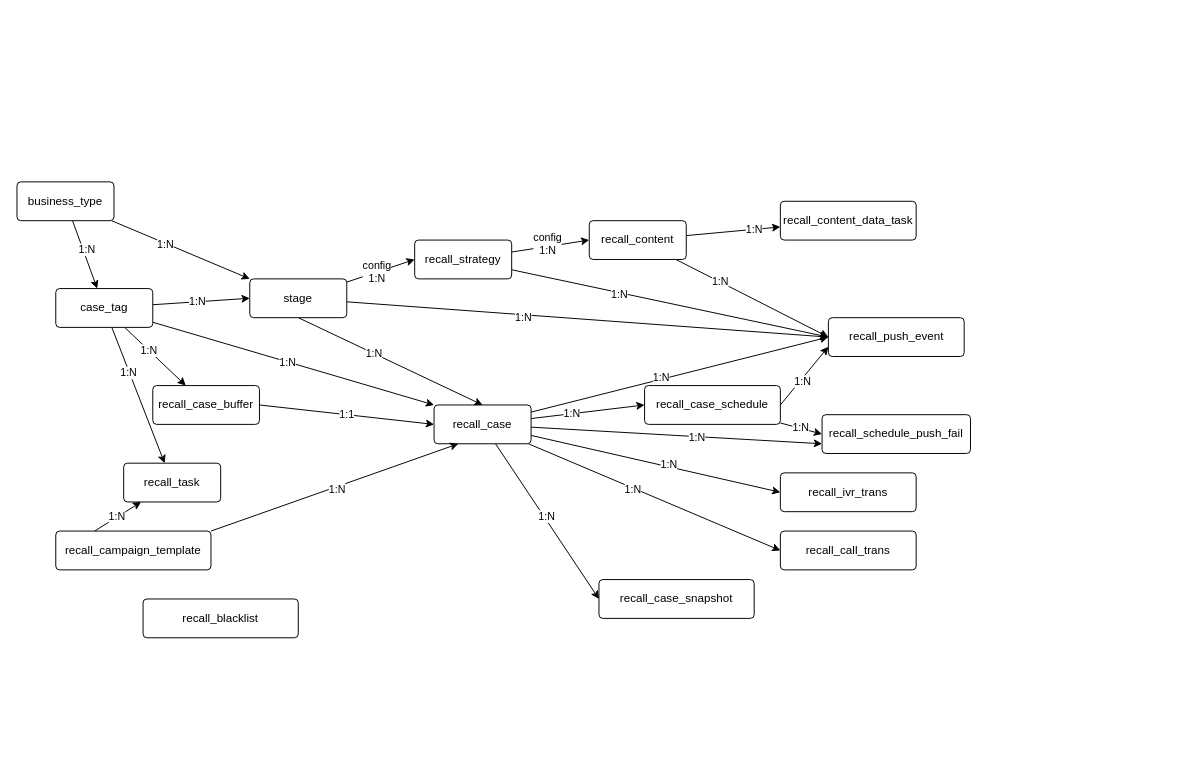
ABIN-DS/flowchart keeps this draw.io diagram as 召回系统-数据架构.drawio. Above is the earlier version. Source tidied: cells renumbered, new cells numbered last; positions are measured from the earlier drawing's top-left corner, leaving out a move shared by most shapes. Both pictures are drawn from the tidied source at 97%, with x=0, y=0 at pixel (16, 181).
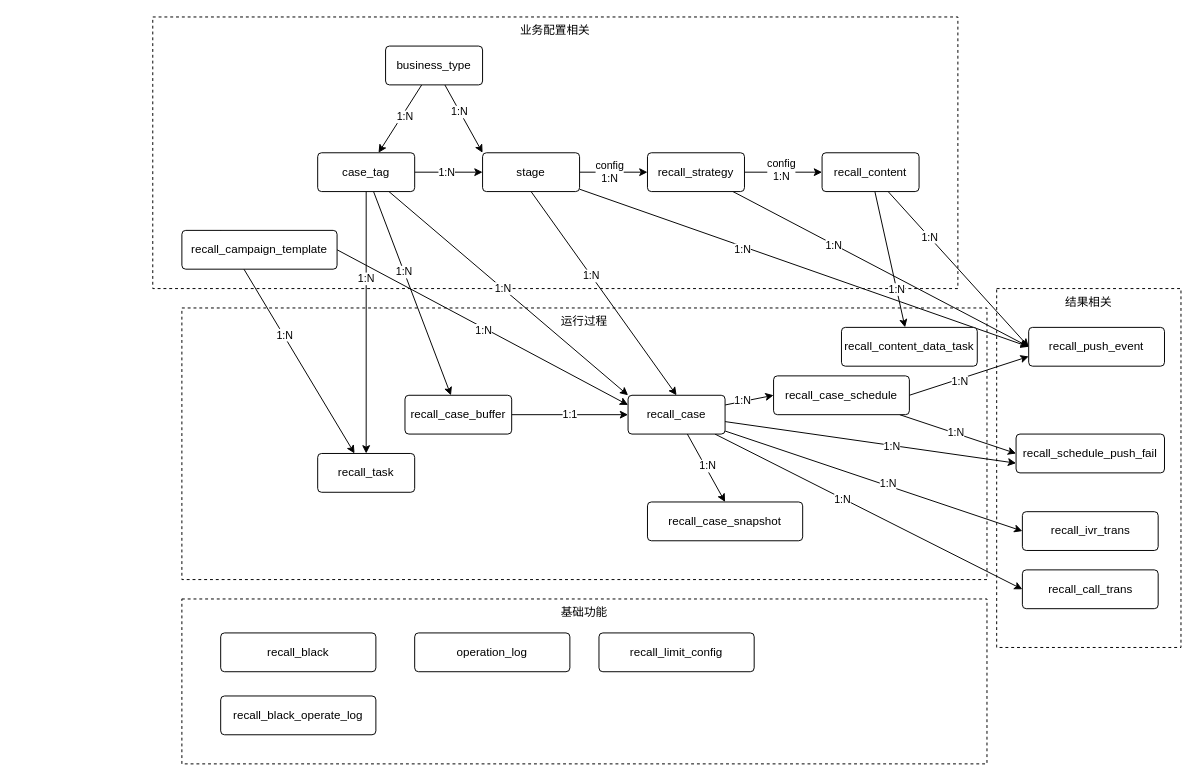
After the change.

Commit message:
更新召回系统-数据架构.drawio

Change to the diagram source:
```diff
@@
+    <mxCell id="66" value="基础功能" style="rounded=0;whiteSpace=wrap;html=1;verticalAlign=top;dashed=1;" parent="1" vertex="1">
+      <mxGeometry x="170" y="430" width="830" height="170" as="geometry" />
+    </mxCell>
+    <mxCell id="67" value="结果相关" style="rounded=0;whiteSpace=wrap;html=1;verticalAlign=top;dashed=1;" parent="1" vertex="1">
+      <mxGeometry x="1010" y="110" width="190" height="370" as="geometry" />
+    </mxCell>
+    <mxCell id="68" value="运行过程" style="rounded=0;whiteSpace=wrap;html=1;verticalAlign=top;dashed=1;" parent="1" vertex="1">
+      <mxGeometry x="170" y="130" width="830" height="280" as="geometry" />
+    </mxCell>
+    <mxCell id="69" value="业务配置相关" style="rounded=0;whiteSpace=wrap;html=1;verticalAlign=top;dashed=1;" parent="1" vertex="1">
+      <mxGeometry x="140" y="-170" width="830" height="280" as="geometry" />
+    </mxCell>
@@
     <mxCell id="3" value="recall_case_buffer" style="rounded=1;arcSize=10;whiteSpace=wrap;html=1;align=center;" parent="1" vertex="1">
-      <mxGeometry x="140" y="210" width="110" height="40" as="geometry" />
+      <mxGeometry x="400" y="220" width="110" height="40" as="geometry" />
     </mxCell>
@@
-    <mxCell id="6" style="edgeStyle=none;rounded=0;jettySize=auto;html=1;entryX=0;entryY=0.5;entryDx=0;entryDy=0;" parent="1" edge="1" source="16" target="17">
+    <mxCell id="6" style="edgeStyle=none;rounded=0;jettySize=auto;html=1;entryX=0.5;entryY=0;entryDx=0;entryDy=0;" parent="1" edge="1" source="16" target="17">
       <mxGeometry relative="1" as="geometry" />
     </mxCell>
@@
-    <mxCell id="10" style="edgeStyle=none;rounded=0;jettySize=auto;html=1;entryX=0;entryY=0.5;entryDx=0;entryDy=0;" parent="1" edge="1" source="16" target="61">
-      <mxGeometry relative="1" as="geometry" />
-    </mxCell>
-    <mxCell id="11" value="1:N" style="edgeLabel;html=1;align=center;verticalAlign=middle;" parent="10" vertex="1">
-      <mxGeometry x="-0.13" y="2" relative="1" as="geometry" />
-    </mxCell>
@@
     <mxCell id="16" value="recall_case" style="rounded=1;arcSize=10;whiteSpace=wrap;html=1;align=center;" parent="1" vertex="1">
-      <mxGeometry x="430" y="230" width="100" height="40" as="geometry" />
+      <mxGeometry x="630" y="220" width="100" height="40" as="geometry" />
     </mxCell>
     <mxCell id="17" value="recall_case_snapshot" style="rounded=1;arcSize=10;whiteSpace=wrap;html=1;align=center;" parent="1" vertex="1">
-      <mxGeometry x="600" y="410" width="160" height="40" as="geometry" />
+      <mxGeometry x="650" y="330" width="160" height="40" as="geometry" />
     </mxCell>
@@
     <mxCell id="22" value="recall_case_schedule" style="rounded=1;arcSize=10;whiteSpace=wrap;html=1;align=center;" parent="1" vertex="1">
-      <mxGeometry x="647" y="210" width="140" height="40" as="geometry" />
+      <mxGeometry x="780" y="200" width="140" height="40" as="geometry" />
     </mxCell>
@@
     <mxCell id="31" value="case_tag" style="rounded=1;arcSize=10;whiteSpace=wrap;html=1;align=center;" parent="1" vertex="1">
-      <mxGeometry x="40" y="110" width="100" height="40" as="geometry" />
+      <mxGeometry x="310" y="-30" width="100" height="40" as="geometry" />
     </mxCell>
@@
     <mxCell id="36" value="business_type" style="rounded=1;arcSize=10;whiteSpace=wrap;html=1;align=center;" parent="1" vertex="1">
-      <mxGeometry width="100" height="40" as="geometry" />
+      <mxGeometry x="380" y="-140" width="100" height="40" as="geometry" />
     </mxCell>
-    <mxCell id="37" style="edgeStyle=none;rounded=0;jettySize=auto;html=1;exitX=1;exitY=0;exitDx=0;exitDy=0;entryX=0.25;entryY=1;entryDx=0;entryDy=0;" parent="1" edge="1" source="41" target="16">
+    <mxCell id="37" style="edgeStyle=none;rounded=0;jettySize=auto;html=1;exitX=1;exitY=0.5;exitDx=0;exitDy=0;entryX=0;entryY=0.25;entryDx=0;entryDy=0;" parent="1" edge="1" source="41" target="16">
       <mxGeometry relative="1" as="geometry" />
     </mxCell>
@@
     <mxCell id="41" value="recall_campaign_template" style="rounded=1;arcSize=10;whiteSpace=wrap;html=1;align=center;" parent="1" vertex="1">
-      <mxGeometry x="40" y="360" width="160" height="40" as="geometry" />
+      <mxGeometry x="170" y="50" width="160" height="40" as="geometry" />
     </mxCell>
     <mxCell id="42" value="recall_task" style="rounded=1;arcSize=10;whiteSpace=wrap;html=1;align=center;" parent="1" vertex="1">
-      <mxGeometry x="110" y="290" width="100" height="40" as="geometry" />
+      <mxGeometry x="310" y="280" width="100" height="40" as="geometry" />
     </mxCell>
@@
     <mxCell id="49" value="stage" style="rounded=1;arcSize=10;whiteSpace=wrap;html=1;align=center;" parent="1" vertex="1">
-      <mxGeometry x="240" y="100" width="100" height="40" as="geometry" />
+      <mxGeometry x="480" y="-30" width="100" height="40" as="geometry" />
     </mxCell>
@@
     <mxCell id="54" value="recall_strategy" style="rounded=1;arcSize=10;whiteSpace=wrap;html=1;align=center;" parent="1" vertex="1">
-      <mxGeometry x="410" y="60" width="100" height="40" as="geometry" />
+      <mxGeometry x="650" y="-30" width="100" height="40" as="geometry" />
     </mxCell>
@@
     <mxCell id="59" value="recall_content" style="rounded=1;arcSize=10;whiteSpace=wrap;html=1;align=center;" parent="1" vertex="1">
-      <mxGeometry x="590" y="40" width="100" height="40" as="geometry" />
+      <mxGeometry x="830" y="-30" width="100" height="40" as="geometry" />
     </mxCell>
     <mxCell id="60" value="recall_call_trans" style="rounded=1;arcSize=10;whiteSpace=wrap;html=1;align=center;" parent="1" vertex="1">
-      <mxGeometry x="787" y="360" width="140" height="40" as="geometry" />
+      <mxGeometry x="1036.5" y="400" width="140" height="40" as="geometry" />
     </mxCell>
     <mxCell id="61" value="recall_push_event" style="rounded=1;arcSize=10;whiteSpace=wrap;html=1;align=center;" parent="1" vertex="1">
-      <mxGeometry x="836.5" y="140" width="140" height="40" as="geometry" />
+      <mxGeometry x="1043" y="150" width="140" height="40" as="geometry" />
     </mxCell>
     <mxCell id="62" value="recall_ivr_trans" style="rounded=1;arcSize=10;whiteSpace=wrap;html=1;align=center;" parent="1" vertex="1">
-      <mxGeometry x="787" y="300" width="140" height="40" as="geometry" />
+      <mxGeometry x="1036.5" y="340" width="140" height="40" as="geometry" />
     </mxCell>
     <mxCell id="63" value="recall_content_data_task" style="rounded=1;arcSize=10;whiteSpace=wrap;html=1;align=center;" parent="1" vertex="1">
-      <mxGeometry x="787" y="20" width="140" height="40" as="geometry" />
+      <mxGeometry x="850" y="150" width="140" height="40" as="geometry" />
     </mxCell>
     <mxCell id="64" value="recall_schedule_push_fail" style="rounded=1;arcSize=10;whiteSpace=wrap;html=1;align=center;" parent="1" vertex="1">
-      <mxGeometry x="830" y="240" width="153" height="40" as="geometry" />
+      <mxGeometry x="1030" y="260" width="153" height="40" as="geometry" />
     </mxCell>
-    <mxCell id="65" value="recall_blacklist" style="rounded=1;arcSize=10;whiteSpace=wrap;html=1;align=center;" parent="1" vertex="1">
-      <mxGeometry x="130" y="430" width="160" height="40" as="geometry" />
+    <mxCell id="65" value="recall_black" style="rounded=1;arcSize=10;whiteSpace=wrap;html=1;align=center;" parent="1" vertex="1">
+      <mxGeometry x="210" y="465" width="160" height="40" as="geometry" />
     </mxCell>
+    <mxCell id="70" value="operation_log" style="rounded=1;arcSize=10;whiteSpace=wrap;html=1;align=center;" parent="1" vertex="1">
+      <mxGeometry x="410" y="465" width="160" height="40" as="geometry" />
+    </mxCell>
+    <mxCell id="71" value="recall_black_operate_log" style="rounded=1;arcSize=10;whiteSpace=wrap;html=1;align=center;" parent="1" vertex="1">
+      <mxGeometry x="210" y="530" width="160" height="40" as="geometry" />
+    </mxCell>
+    <mxCell id="72" value="recall_limit_config" style="rounded=1;arcSize=10;whiteSpace=wrap;html=1;align=center;" parent="1" vertex="1">
+      <mxGeometry x="600" y="465" width="160" height="40" as="geometry" />
+    </mxCell>
```
